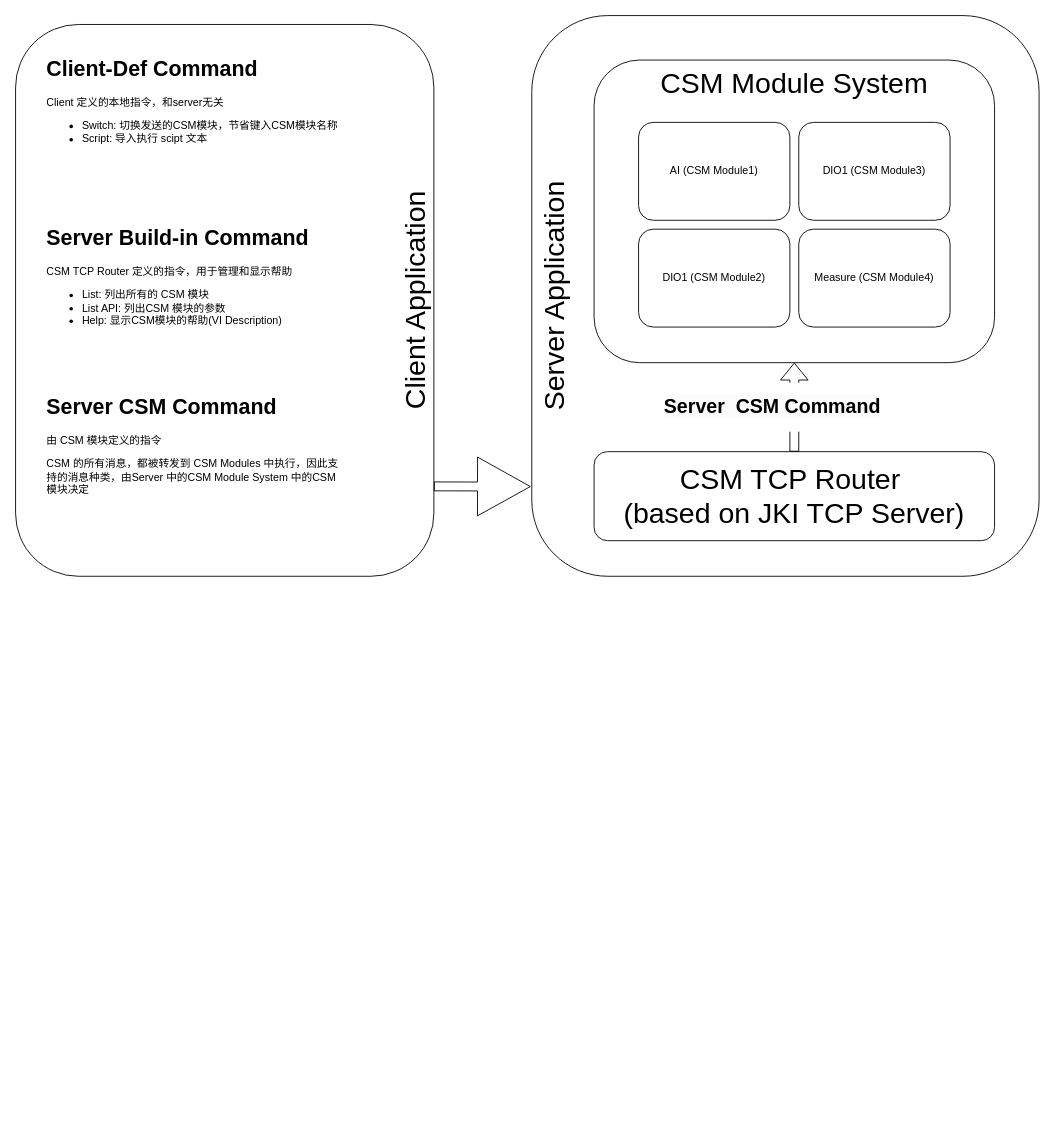
The draw.io diagram .doc/CSM-TCP-Router.drawio in NEVSTOP-LAB/CSM-TCP-Router-App, before the edit. Source tidied: cells renumbered, new cells numbered last; positions are measured from the earlier drawing's top-left corner, leaving out a move shared by most shapes. Both pictures are drawn from the tidied source at 89%, with x=0, y=0 at pixel (15, 15).
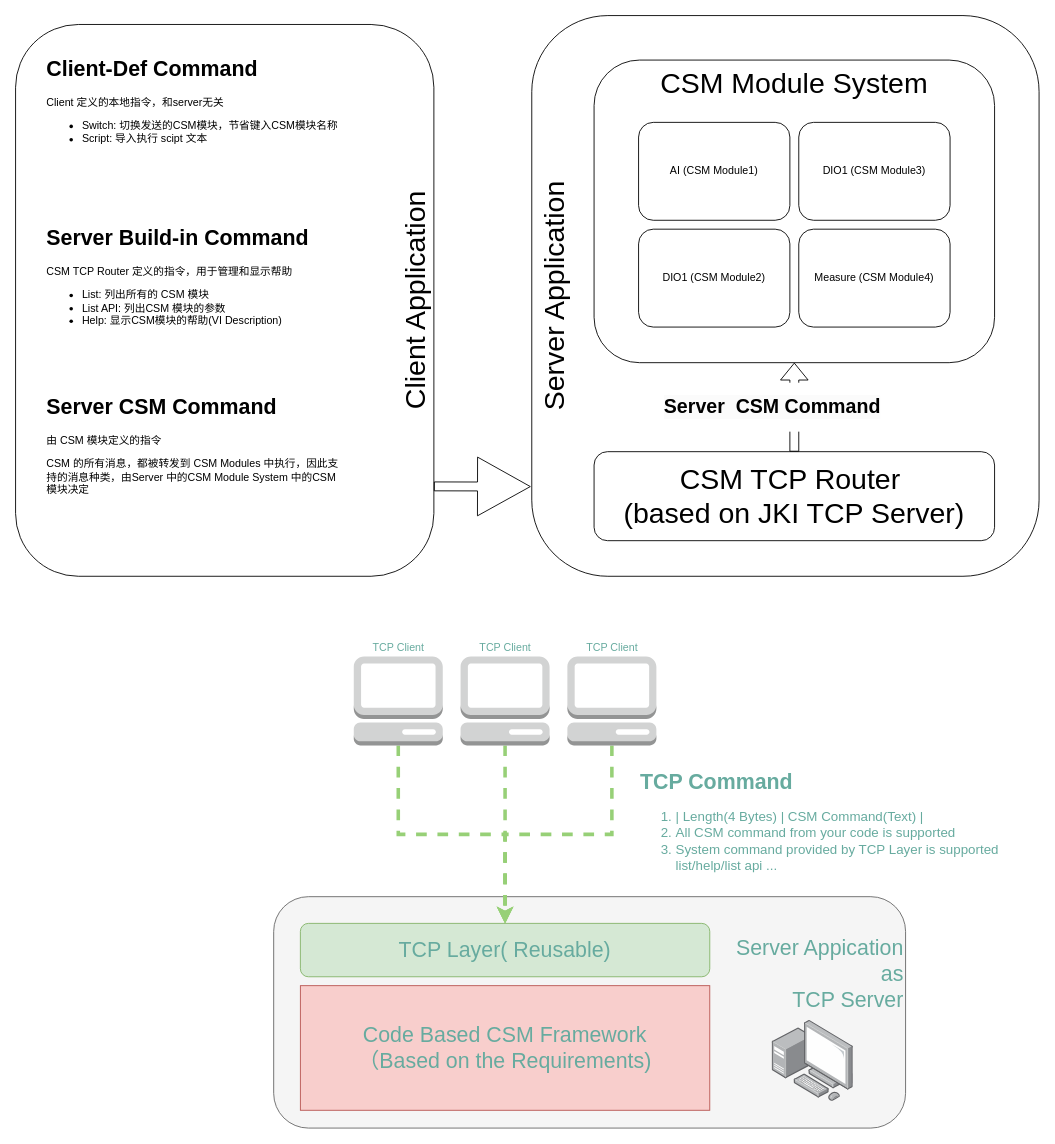
Above is the later version.

Change to the diagram source:
```diff
@@
+    <mxCell id="15" value="Server Appication&lt;br&gt;as&lt;div&gt;TCP Server&lt;/div&gt;&lt;div&gt;&lt;br&gt;&lt;/div&gt;&lt;div&gt;&lt;br&gt;&lt;/div&gt;&lt;div&gt;&lt;br&gt;&lt;/div&gt;" style="rounded=1;whiteSpace=wrap;html=1;align=right;fontSize=24;fillColor=#f5f5f5;fontColor=#67AB9F;strokeColor=#666666;" parent="1" vertex="1">
+      <mxGeometry x="290" y="990" width="710" height="260" as="geometry" />
+    </mxCell>
@@
+    <mxCell id="16" value="TCP Layer( Reusable)" style="rounded=1;whiteSpace=wrap;html=1;fontSize=24;fillColor=#d5e8d4;strokeColor=#82b366;fontColor=#67AB9F;" parent="1" vertex="1">
+      <mxGeometry x="320" y="1020" width="460" height="60" as="geometry" />
+    </mxCell>
+    <mxCell id="17" value="&lt;span style=&quot;font-size: 24px;&quot;&gt;Code Based CSM Framework&lt;/span&gt;&lt;div&gt;&lt;span style=&quot;font-size: 24px;&quot;&gt;（Based on the Requirements)&lt;/span&gt;&lt;/div&gt;" style="rounded=0;whiteSpace=wrap;html=1;fillColor=#f8cecc;strokeColor=#b85450;fontColor=#67AB9F;" parent="1" vertex="1">
+      <mxGeometry x="320" y="1090" width="460" height="140" as="geometry" />
+    </mxCell>
+    <mxCell id="18" style="edgeStyle=orthogonalEdgeStyle;rounded=0;jettySize=auto;html=1;exitX=0.5;exitY=1;exitDx=0;exitDy=0;exitPerimeter=0;entryX=0.5;entryY=0;entryDx=0;entryDy=0;strokeWidth=4;dashed=1;strokeColor=#97D077;" parent="1" edge="1" source="19" target="16">
+      <mxGeometry relative="1" as="geometry" />
+    </mxCell>
+    <mxCell id="19" value="TCP Client" style="outlineConnect=0;dashed=0;verticalLabelPosition=top;verticalAlign=bottom;align=center;html=1;shape=mxgraph.aws3.management_console;fillColor=#D2D3D3;gradientColor=none;labelPosition=center;fontColor=#67AB9F;" parent="1" vertex="1">
+      <mxGeometry x="380" y="720" width="100" height="100" as="geometry" />
+    </mxCell>
+    <mxCell id="20" style="edgeStyle=orthogonalEdgeStyle;rounded=0;jettySize=auto;html=1;exitX=0.5;exitY=1;exitDx=0;exitDy=0;exitPerimeter=0;strokeWidth=4;dashed=1;strokeColor=#97D077;" parent="1" edge="1" source="21" target="16">
+      <mxGeometry relative="1" as="geometry" />
+    </mxCell>
+    <mxCell id="21" value="TCP Client" style="outlineConnect=0;dashed=0;verticalLabelPosition=top;verticalAlign=bottom;align=center;html=1;shape=mxgraph.aws3.management_console;fillColor=#D2D3D3;gradientColor=none;labelPosition=center;fontColor=#67AB9F;" parent="1" vertex="1">
+      <mxGeometry x="500" y="720" width="100" height="100" as="geometry" />
+    </mxCell>
+    <mxCell id="22" style="edgeStyle=orthogonalEdgeStyle;rounded=0;jettySize=auto;html=1;exitX=0.5;exitY=1;exitDx=0;exitDy=0;exitPerimeter=0;entryX=0.5;entryY=0;entryDx=0;entryDy=0;strokeWidth=4;dashed=1;strokeColor=#97D077;" parent="1" edge="1" source="23" target="16">
+      <mxGeometry relative="1" as="geometry" />
+    </mxCell>
+    <mxCell id="23" value="TCP Client" style="outlineConnect=0;dashed=0;verticalLabelPosition=top;verticalAlign=bottom;align=center;html=1;shape=mxgraph.aws3.management_console;fillColor=#D2D3D3;gradientColor=none;labelPosition=center;fontColor=#67AB9F;" parent="1" vertex="1">
+      <mxGeometry x="620" y="720" width="100" height="100" as="geometry" />
+    </mxCell>
+    <mxCell id="24" style="image;html=1;align=center;shadow=0;dashed=0;image=img/lib/allied_telesis/computer_and_terminals/Personal_Computer_with_Server.svg;" parent="1" vertex="1">
+      <mxGeometry x="850" y="1128.8" width="91.2" height="91.2" as="geometry" />
+    </mxCell>
+    <mxCell id="25" value="&lt;h1 style=&quot;margin-top: 0px;&quot;&gt;TCP Command&lt;/h1&gt;&lt;p&gt;&lt;/p&gt;&lt;ol style=&quot;font-size: 15px;&quot;&gt;&lt;li style=&quot;&quot;&gt;&lt;font style=&quot;font-size: 15px;&quot;&gt;| Length(4 Bytes) | CSM Command(Text) |&lt;/font&gt;&lt;/li&gt;&lt;li style=&quot;&quot;&gt;&lt;font style=&quot;font-size: 15px;&quot;&gt;All CSM command from your code is supported&lt;/font&gt;&lt;/li&gt;&lt;li style=&quot;&quot;&gt;&lt;font style=&quot;font-size: 15px;&quot;&gt;System command provided by TCP Layer is supported&lt;br&gt;list/help/list api ...&lt;/font&gt;&lt;/li&gt;&lt;/ol&gt;&lt;p style=&quot;font-size: 15px;&quot;&gt;&lt;/p&gt;&lt;p style=&quot;font-size: 15px;&quot;&gt;&lt;br&gt;&lt;/p&gt;" style="text;html=1;whiteSpace=wrap;overflow=hidden;rounded=0;fontColor=#67AB9F;" parent="1" vertex="1">
+      <mxGeometry x="700" y="840" width="430" height="120" as="geometry" />
+    </mxCell>
```
